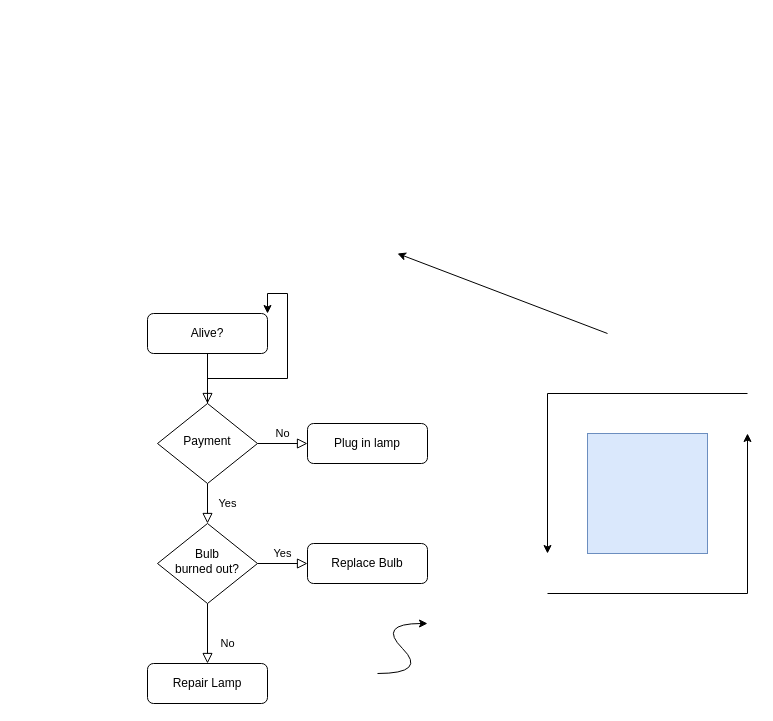
The draw.io diagram Untitled Diagram.drawio in Antonio-Parada/anton.io, before the edit. Source tidied: cells renumbered, new cells numbered last; positions are measured from the earlier drawing's top-left corner, leaving out a move shared by most shapes. Both pictures are drawn from the tidied source at 100%, with x=0, y=0 at pixel (147, 253).
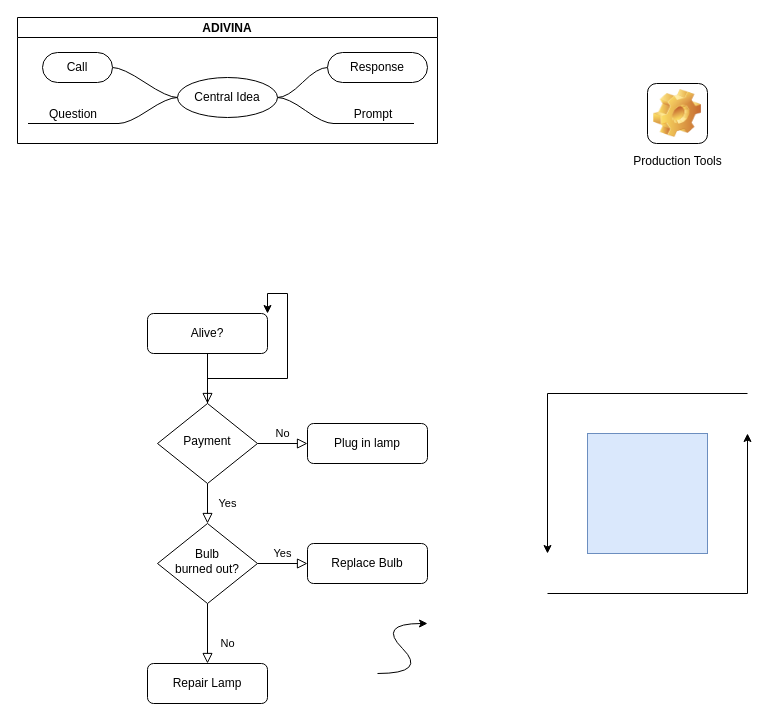
After the change.

The edit, as a diff of the source:
```diff
@@
-    <mxCell id="15" style="endArrow=classic;html=1;rounded=0;" parent="1" edge="1">
-      <mxGeometry relative="1" as="geometry">
-        <mxPoint x="460" y="80" as="sourcePoint" />
-        <mxPoint x="250" as="targetPoint" />
-      </mxGeometry>
-    </mxCell>
@@
+    <mxCell id="21" value="ADIVINA" style="swimlane;startSize=20;horizontal=1;containerType=tree;" parent="1" vertex="1">
+      <mxGeometry x="-130" y="-236" width="420" height="126" as="geometry" />
+    </mxCell>
+    <mxCell id="22" style="edgeStyle=entityRelationEdgeStyle;startArrow=none;endArrow=none;segment=10;curved=1;sourcePerimeterSpacing=0;targetPerimeterSpacing=0;rounded=0;" parent="21" edge="1" source="26" target="27">
+      <mxGeometry relative="1" as="geometry" />
+    </mxCell>
+    <mxCell id="23" style="edgeStyle=entityRelationEdgeStyle;startArrow=none;endArrow=none;segment=10;curved=1;sourcePerimeterSpacing=0;targetPerimeterSpacing=0;rounded=0;" parent="21" edge="1" source="26" target="28">
+      <mxGeometry relative="1" as="geometry" />
+    </mxCell>
+    <mxCell id="24" style="edgeStyle=entityRelationEdgeStyle;startArrow=none;endArrow=none;segment=10;curved=1;sourcePerimeterSpacing=0;targetPerimeterSpacing=0;rounded=0;" parent="21" edge="1" source="26" target="29">
+      <mxGeometry relative="1" as="geometry" />
+    </mxCell>
+    <mxCell id="25" style="edgeStyle=entityRelationEdgeStyle;startArrow=none;endArrow=none;segment=10;curved=1;sourcePerimeterSpacing=0;targetPerimeterSpacing=0;rounded=0;" parent="21" edge="1" source="26" target="30">
+      <mxGeometry relative="1" as="geometry" />
+    </mxCell>
+    <mxCell id="26" value="Central Idea" style="ellipse;whiteSpace=wrap;html=1;align=center;newEdgeStyle={&quot;edgeStyle&quot;:&quot;entityRelationEdgeStyle&quot;,&quot;startArrow&quot;:&quot;none&quot;,&quot;endArrow&quot;:&quot;none&quot;,&quot;segment&quot;:10,&quot;curved&quot;:1,&quot;sourcePerimeterSpacing&quot;:0,&quot;targetPerimeterSpacing&quot;:0};" parent="21" vertex="1">
+      <mxGeometry x="160" y="60" width="100" height="40" as="geometry" />
+    </mxCell>
+    <mxCell id="27" value="Response" style="whiteSpace=wrap;html=1;rounded=1;arcSize=50;align=center;verticalAlign=middle;strokeWidth=1;spacing=4;newEdgeStyle={&quot;edgeStyle&quot;:&quot;entityRelationEdgeStyle&quot;,&quot;startArrow&quot;:&quot;none&quot;,&quot;endArrow&quot;:&quot;none&quot;,&quot;segment&quot;:10,&quot;curved&quot;:1,&quot;sourcePerimeterSpacing&quot;:0,&quot;targetPerimeterSpacing&quot;:0};" parent="21" vertex="1">
+      <mxGeometry x="310" y="35" width="100" height="30" as="geometry" />
+    </mxCell>
+    <mxCell id="28" value="Prompt" style="whiteSpace=wrap;html=1;shape=partialRectangle;top=0;left=0;bottom=1;right=0;points=[[0,1],[1,1]];fillColor=none;align=center;verticalAlign=bottom;routingCenterY=0.5;snapToPoint=1;newEdgeStyle={&quot;edgeStyle&quot;:&quot;entityRelationEdgeStyle&quot;,&quot;startArrow&quot;:&quot;none&quot;,&quot;endArrow&quot;:&quot;none&quot;,&quot;segment&quot;:10,&quot;curved&quot;:1,&quot;sourcePerimeterSpacing&quot;:0,&quot;targetPerimeterSpacing&quot;:0};" parent="21" vertex="1">
+      <mxGeometry x="316" y="76" width="80" height="30" as="geometry" />
+    </mxCell>
+    <mxCell id="29" value="Call" style="whiteSpace=wrap;html=1;rounded=1;arcSize=50;align=center;verticalAlign=middle;strokeWidth=1;spacing=4;newEdgeStyle={&quot;edgeStyle&quot;:&quot;entityRelationEdgeStyle&quot;,&quot;startArrow&quot;:&quot;none&quot;,&quot;endArrow&quot;:&quot;none&quot;,&quot;segment&quot;:10,&quot;curved&quot;:1,&quot;sourcePerimeterSpacing&quot;:0,&quot;targetPerimeterSpacing&quot;:0};" parent="21" vertex="1">
+      <mxGeometry x="25" y="35" width="70" height="30" as="geometry" />
+    </mxCell>
+    <mxCell id="30" value="Question" style="whiteSpace=wrap;html=1;shape=partialRectangle;top=0;left=0;bottom=1;right=0;points=[[0,1],[1,1]];fillColor=none;align=center;verticalAlign=bottom;routingCenterY=0.5;snapToPoint=1;newEdgeStyle={&quot;edgeStyle&quot;:&quot;entityRelationEdgeStyle&quot;,&quot;startArrow&quot;:&quot;none&quot;,&quot;endArrow&quot;:&quot;none&quot;,&quot;segment&quot;:10,&quot;curved&quot;:1,&quot;sourcePerimeterSpacing&quot;:0,&quot;targetPerimeterSpacing&quot;:0};" parent="21" vertex="1">
+      <mxGeometry x="11" y="76" width="90" height="30" as="geometry" />
+    </mxCell>
+    <mxCell id="31" value="Production Tools" style="icon;html=1;image=img/clipart/Gear_128x128.png;" parent="1" vertex="1">
+      <mxGeometry x="500" y="-170" width="60" height="60" as="geometry" />
+    </mxCell>
```
